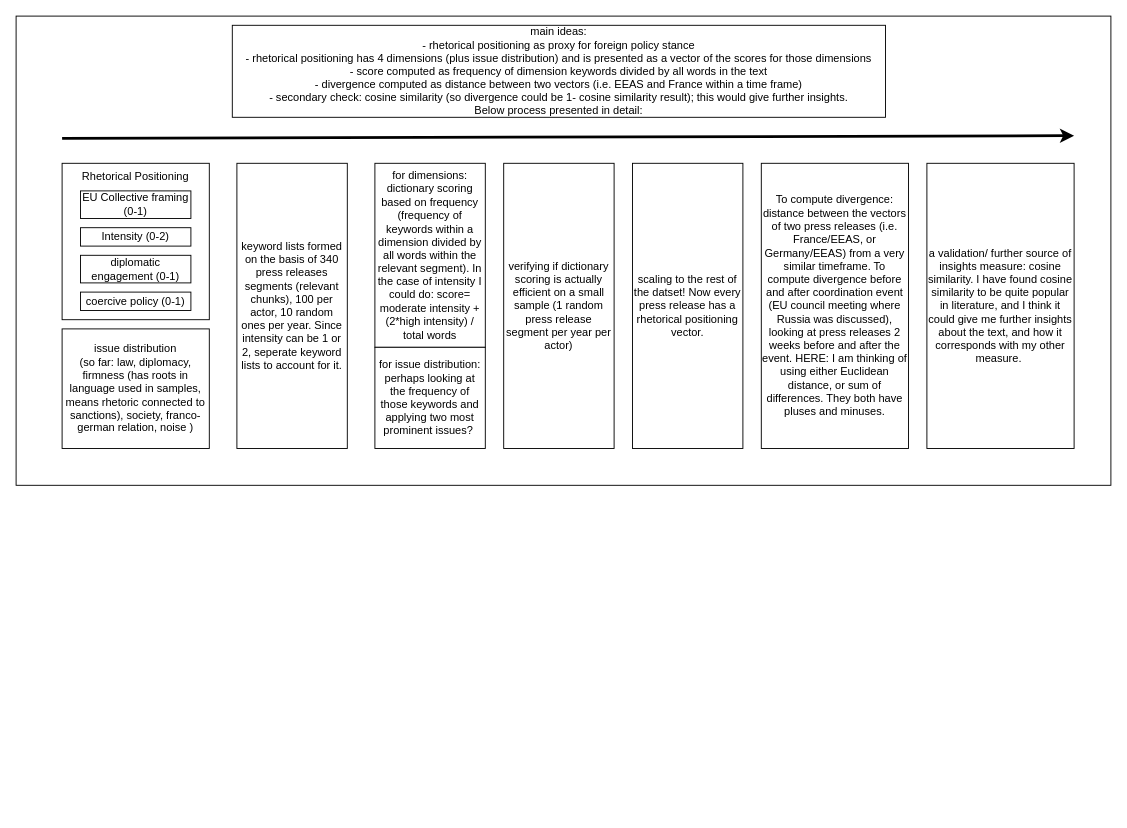
Earlier version of the draw.io diagram src/eu_leadership_docs/analysis_playground/methodology_draft.drawio (Wiktoria00/EU_leadership_docs). Source tidied: cells renumbered, new cells numbered last; positions are measured from the earlier drawing's top-left corner, leaving out a move shared by most shapes. Both pictures are drawn from the tidied source at 92%, with x=0, y=0 at pixel (16, 16).
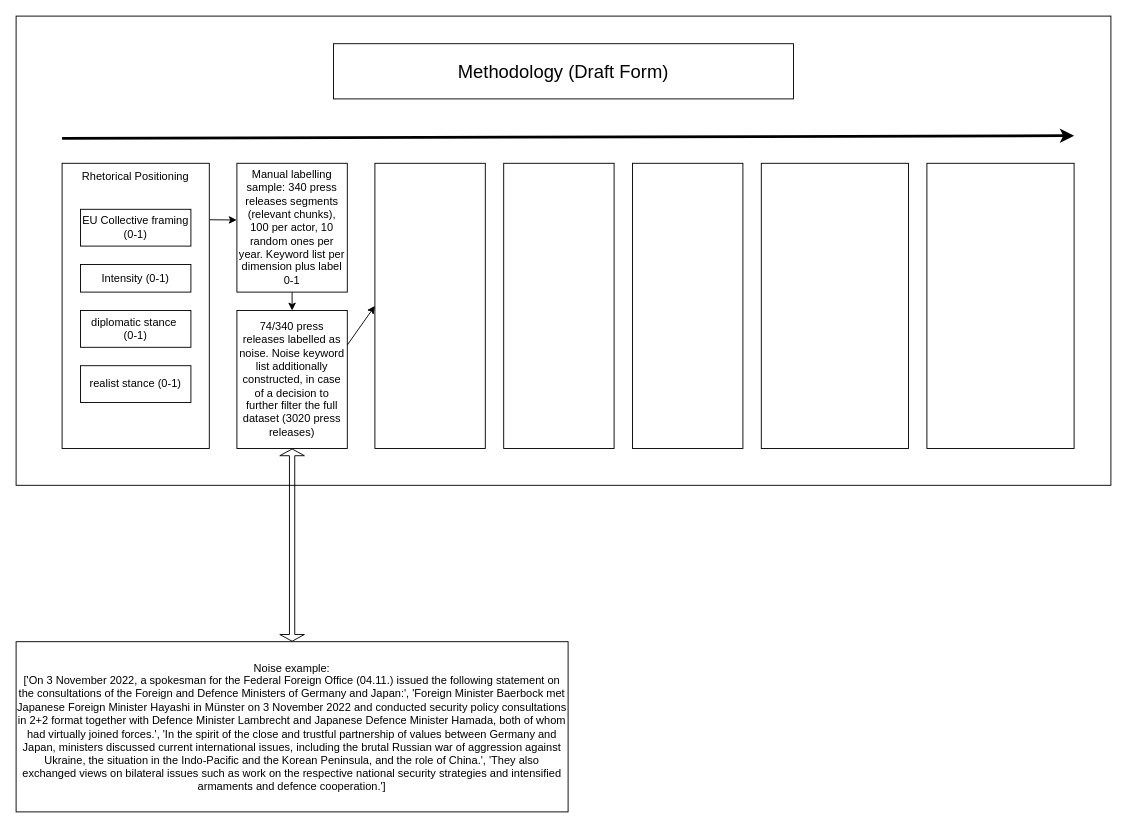
The same diagram, later.

Diff of the diagram source:
```diff
@@
     <mxCell id="3" style="rounded=0;whiteSpace=wrap;html=1;" parent="1" vertex="1">
-      <mxGeometry x="50" y="160" width="160" height="170" as="geometry" />
+      <mxGeometry x="50" y="160" width="160" height="310" as="geometry" />
     </mxCell>
     <mxCell id="4" value="EU Collective framing (0-1)" style="rounded=0;whiteSpace=wrap;html=1;" parent="1" vertex="1">
-      <mxGeometry x="70" y="190" width="120" height="30" as="geometry" />
+      <mxGeometry x="70" y="210" width="120" height="40" as="geometry" />
     </mxCell>
@@
-    <mxCell id="6" value="Intensity (0-2)" style="rounded=0;whiteSpace=wrap;html=1;" parent="1" vertex="1">
-      <mxGeometry x="70" y="230" width="120" height="20" as="geometry" />
+    <mxCell id="6" value="Intensity (0-1)" style="rounded=0;whiteSpace=wrap;html=1;" parent="1" vertex="1">
+      <mxGeometry x="70" y="270" width="120" height="30" as="geometry" />
     </mxCell>
-    <mxCell id="7" value="diplomatic engagement&amp;nbsp;&lt;span style=&quot;color: rgb(0, 0, 0);&quot;&gt;(0-1)&lt;/span&gt;" style="rounded=0;whiteSpace=wrap;html=1;" parent="1" vertex="1">
-      <mxGeometry x="70" y="260" width="120" height="30" as="geometry" />
+    <mxCell id="7" value="diplomatic stance&amp;nbsp;&lt;div&gt;&lt;span style=&quot;color: rgb(0, 0, 0);&quot;&gt;(0-1)&lt;/span&gt;&lt;/div&gt;" style="rounded=0;whiteSpace=wrap;html=1;" parent="1" vertex="1">
+      <mxGeometry x="70" y="320" width="120" height="40" as="geometry" />
     </mxCell>
-    <mxCell id="8" value="coercive policy&amp;nbsp;&lt;span style=&quot;color: rgb(0, 0, 0);&quot;&gt;(0-1)&lt;/span&gt;" style="rounded=0;whiteSpace=wrap;html=1;" parent="1" vertex="1">
-      <mxGeometry x="70" y="300" width="120" height="20" as="geometry" />
+    <mxCell id="8" value="realist stance (0-1)" style="rounded=0;whiteSpace=wrap;html=1;" parent="1" vertex="1">
+      <mxGeometry x="70" y="380" width="120" height="40" as="geometry" />
     </mxCell>
-    <mxCell id="9" value="keyword lists formed on the basis of 340 press releases segments (relevant chunks), 100 per actor, 10 random ones per year. Since intensity can be 1 or 2, seperate keyword lists to account for it." style="rounded=0;whiteSpace=wrap;html=1;" parent="1" vertex="1">
-      <mxGeometry x="240" y="160" width="120" height="310" as="geometry" />
+    <mxCell id="9" value="Manual labelling sample: 340 press releases segments (relevant chunks), 100 per actor, 10 random ones per year. Keyword list per dimension plus label 0-1" style="rounded=0;whiteSpace=wrap;html=1;" parent="1" vertex="1">
+      <mxGeometry x="240" y="160" width="120" height="140" as="geometry" />
     </mxCell>
-    <mxCell id="10" value="issue distribution&lt;div&gt;(so far: law, diplomacy, firmness (has roots in language used in samples, means rhetoric connected to sanctions), society, franco-german relation, noise )&lt;/div&gt;" style="rounded=0;whiteSpace=wrap;html=1;" parent="1" vertex="1">
-      <mxGeometry x="50" y="340" width="160" height="130" as="geometry" />
-    </mxCell>
-    <mxCell id="11" value="for dimensions: dictionary scoring based on frequency (frequency of keywords within a dimension divided by all words within the relevant segment). In the case of intensity I could do: score= moderate intensity + (2*high intensity) / total words" style="rounded=0;whiteSpace=wrap;html=1;" parent="1" vertex="1">
-      <mxGeometry x="390" y="160" width="120" height="200" as="geometry" />
+    <mxCell id="11" style="rounded=0;whiteSpace=wrap;html=1;" parent="1" vertex="1">
+      <mxGeometry x="390" y="160" width="120" height="310" as="geometry" />
     </mxCell>
-    <mxCell id="12" value="verifying if dictionary scoring is actually efficient on a small sample (1 random press release segment per year per actor)" style="rounded=0;whiteSpace=wrap;html=1;" parent="1" vertex="1">
+    <mxCell id="12" style="rounded=0;whiteSpace=wrap;html=1;" parent="1" vertex="1">
       <mxGeometry x="530" y="160" width="120" height="310" as="geometry" />
     </mxCell>
-    <mxCell id="13" value="scaling to the rest of the datset! Now every press release has a rhetorical positioning vector." style="rounded=0;whiteSpace=wrap;html=1;" parent="1" vertex="1">
+    <mxCell id="13" style="rounded=0;whiteSpace=wrap;html=1;" parent="1" vertex="1">
       <mxGeometry x="670" y="160" width="120" height="310" as="geometry" />
     </mxCell>
-    <mxCell id="14" value="To compute divergence: distance between the vectors of two press releases (i.e. France/EEAS, or Germany/EEAS) from a very similar timeframe. To compute divergence before and after coordination event (EU council meeting where Russia was discussed), looking at press releases 2 weeks before and after the event. HERE: I am thinking of using either Euclidean distance, or sum of differences. They both have pluses and minuses." style="rounded=0;whiteSpace=wrap;html=1;" parent="1" vertex="1">
+    <mxCell id="14" style="rounded=0;whiteSpace=wrap;html=1;" parent="1" vertex="1">
       <mxGeometry x="810" y="160" width="160" height="310" as="geometry" />
     </mxCell>
-    <mxCell id="15" value="a validation/ further source of insights measure: cosine similarity. I have found cosine similarity to be quite popular in literature, and I think it could give me further insights about the text, and how it corresponds with my other measure.&amp;nbsp;" style="rounded=0;whiteSpace=wrap;html=1;" parent="1" vertex="1">
+    <mxCell id="15" style="rounded=0;whiteSpace=wrap;html=1;" parent="1" vertex="1">
       <mxGeometry x="990" y="160" width="160" height="310" as="geometry" />
     </mxCell>
-    <mxCell id="16" value="for issue distribution: perhaps looking at the frequency of those keywords and applying two most prominent issues?&amp;nbsp;" style="rounded=0;whiteSpace=wrap;html=1;" parent="1" vertex="1">
-      <mxGeometry x="390" y="360" width="120" height="110" as="geometry" />
-    </mxCell>
@@
-    <mxCell id="18" value="main ideas:&lt;div&gt;- rhetorical positioning as proxy for foreign policy stance&lt;/div&gt;&lt;div&gt;- rhetorical positioning has 4 dimensions (plus issue distribution) and is presented as a vector of the scores for those dimensions&lt;/div&gt;&lt;div&gt;- score computed as frequency of dimension keywords divided by all words in the text&lt;/div&gt;&lt;div&gt;- divergence computed as distance between two vectors (i.e. EEAS and France within a time frame)&lt;/div&gt;&lt;div&gt;- secondary check: cosine similarity (so divergence could be 1- cosine similarity result); this would give further insights.&lt;/div&gt;&lt;div&gt;Below process presented in detail:&lt;/div&gt;" style="rounded=0;whiteSpace=wrap;html=1;" parent="1" vertex="1">
-      <mxGeometry x="235" y="10" width="710" height="100" as="geometry" />
+    <mxCell id="18" value="74/340 press releases labelled as noise. Noise keyword list additionally constructed, in case of a decision to further filter the full dataset (3020 press releases)" style="rounded=0;whiteSpace=wrap;html=1;" parent="1" vertex="1">
+      <mxGeometry x="240" y="320" width="120" height="150" as="geometry" />
     </mxCell>
+    <mxCell id="19" value="&lt;div&gt;Noise example:&lt;/div&gt;['On 3 November 2022, a spokesman for the Federal Foreign Office (04.11.) issued the following statement on the consultations of the Foreign and Defence Ministers of Germany and Japan:', 'Foreign Minister Baerbock met Japanese Foreign Minister Hayashi in Münster on 3 November 2022 and conducted security policy consultations in 2+2 format together with Defence Minister Lambrecht and Japanese Defence Minister Hamada, both of whom had virtually joined forces.', 'In the spirit of the close and trustful partnership of values between Germany and Japan, ministers discussed current international issues, including the brutal Russian war of aggression against Ukraine, the situation in the Indo-Pacific and the Korean Peninsula, and the role of China.', 'They also exchanged views on bilateral issues such as work on the respective national security strategies and intensified armaments and defence cooperation.']" style="rounded=0;whiteSpace=wrap;html=1;" parent="1" vertex="1">
+      <mxGeometry y="680" width="600" height="185" as="geometry" />
+    </mxCell>
+    <mxCell id="20" style="endArrow=classic;html=1;exitX=1.003;exitY=0.198;exitDx=0;exitDy=0;exitPerimeter=0;entryX=-0.002;entryY=0.44;entryDx=0;entryDy=0;entryPerimeter=0;" parent="1" edge="1" source="3" target="9">
+      <mxGeometry relative="1" as="geometry" />
+    </mxCell>
+    <mxCell id="21" style="endArrow=classic;html=1;exitX=0.5;exitY=1;exitDx=0;exitDy=0;entryX=0.5;entryY=0;entryDx=0;entryDy=0;" parent="1" edge="1" source="9" target="18">
+      <mxGeometry relative="1" as="geometry" />
+    </mxCell>
+    <mxCell id="22" style="endArrow=classic;html=1;exitX=1;exitY=0.25;exitDx=0;exitDy=0;entryX=0;entryY=0.5;entryDx=0;entryDy=0;" parent="1" edge="1" source="18" target="11">
+      <mxGeometry relative="1" as="geometry" />
+    </mxCell>
+    <mxCell id="23" style="shape=flexArrow;endArrow=classic;startArrow=classic;html=1;exitX=0.5;exitY=1;exitDx=0;exitDy=0;entryX=0.5;entryY=0;entryDx=0;entryDy=0;width=5.75;endSize=2.11;startSize=2.11;" parent="1" edge="1" source="18" target="19">
+      <mxGeometry relative="1" as="geometry" />
+    </mxCell>
+    <mxCell id="24" value="&lt;font style=&quot;font-size: 20px;&quot;&gt;Methodology (Draft Form)&lt;/font&gt;" style="rounded=0;whiteSpace=wrap;html=1;" parent="1" vertex="1">
+      <mxGeometry x="345" y="30" width="500" height="60" as="geometry" />
+    </mxCell>
```
